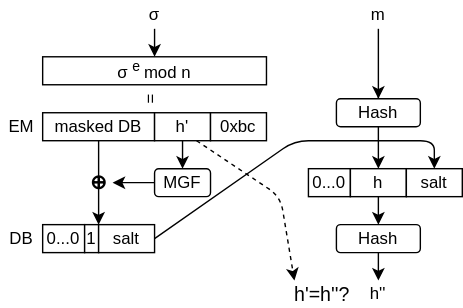
This is images/lec-rsassa-pss-verify.drawio.svg from herumi/lecture-crypto, a draw.io export, as it was before one commit. Source tidied: cells renumbered, new cells last; positions are measured from the earlier drawing's top-left corner, leaving out a move shared by most shapes.
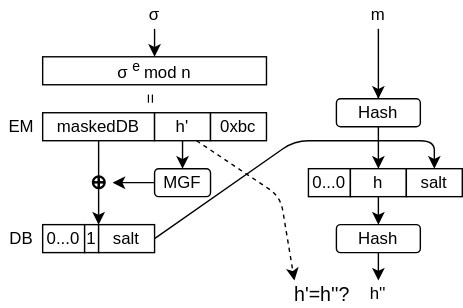
Above is the later version.

Commit message:
masked DB->maskedDB

Diff of the diagram source:
```diff
@@ -52,7 +52,7 @@
     <mxCell id="16" value="MGF" style="rounded=1;whiteSpace=wrap;html=1;" parent="1" vertex="1">
       <mxGeometry x="110" y="120" width="40" height="20" as="geometry" />
     </mxCell>
-    <mxCell id="17" value="masked DB" style="rounded=0;whiteSpace=wrap;html=1;" parent="1" vertex="1">
+    <mxCell id="17" value="maskedDB" style="rounded=0;whiteSpace=wrap;html=1;" parent="1" vertex="1">
       <mxGeometry x="30" y="80" width="80" height="20" as="geometry" />
     </mxCell>
     <mxCell id="18" value="DB" style="text;html=1;align=center;verticalAlign=middle;whiteSpace=wrap;rounded=0;" parent="1" vertex="1">
```
